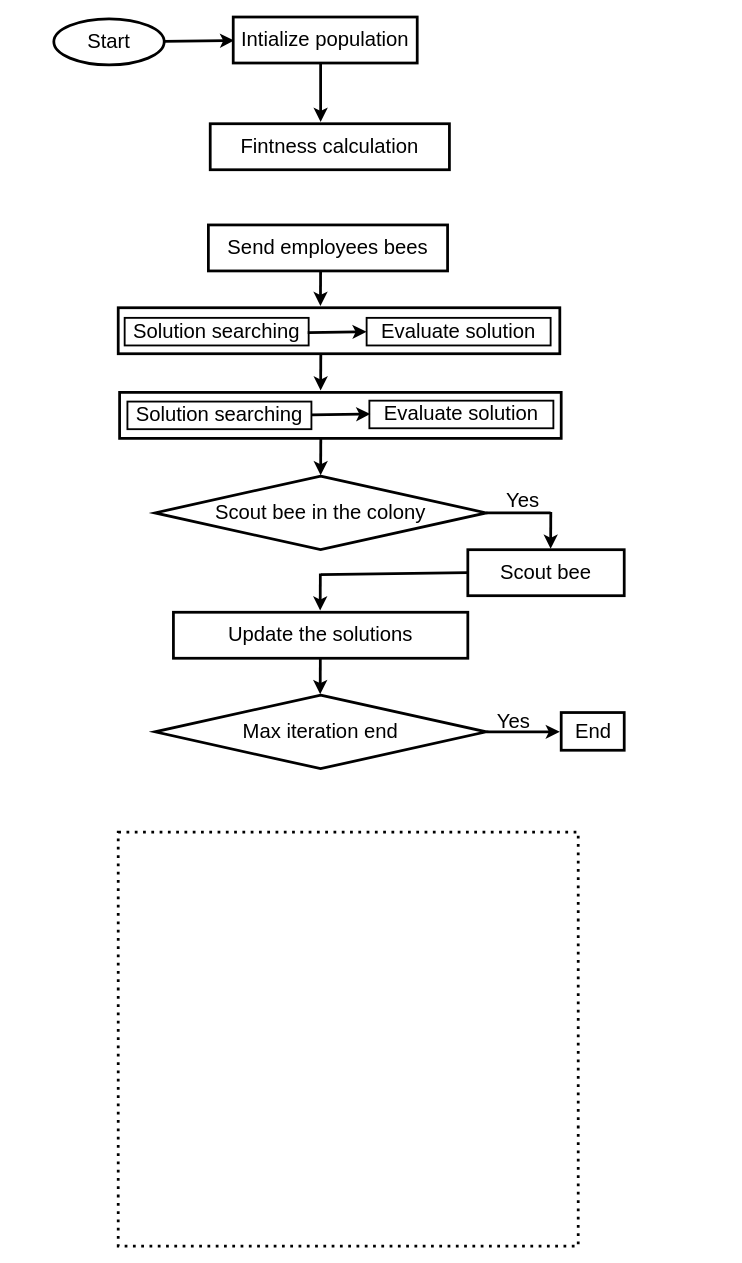
The draw.io diagram ABC.drawio in Faisalse/ResearchWork, before the edit. Source tidied: cells renumbered, new cells numbered last; positions are measured from the earlier drawing's top-left corner, leaving out a move shared by most shapes. Both pictures are drawn from the tidied source at 92%, with x=0, y=0 at pixel (53, 17).
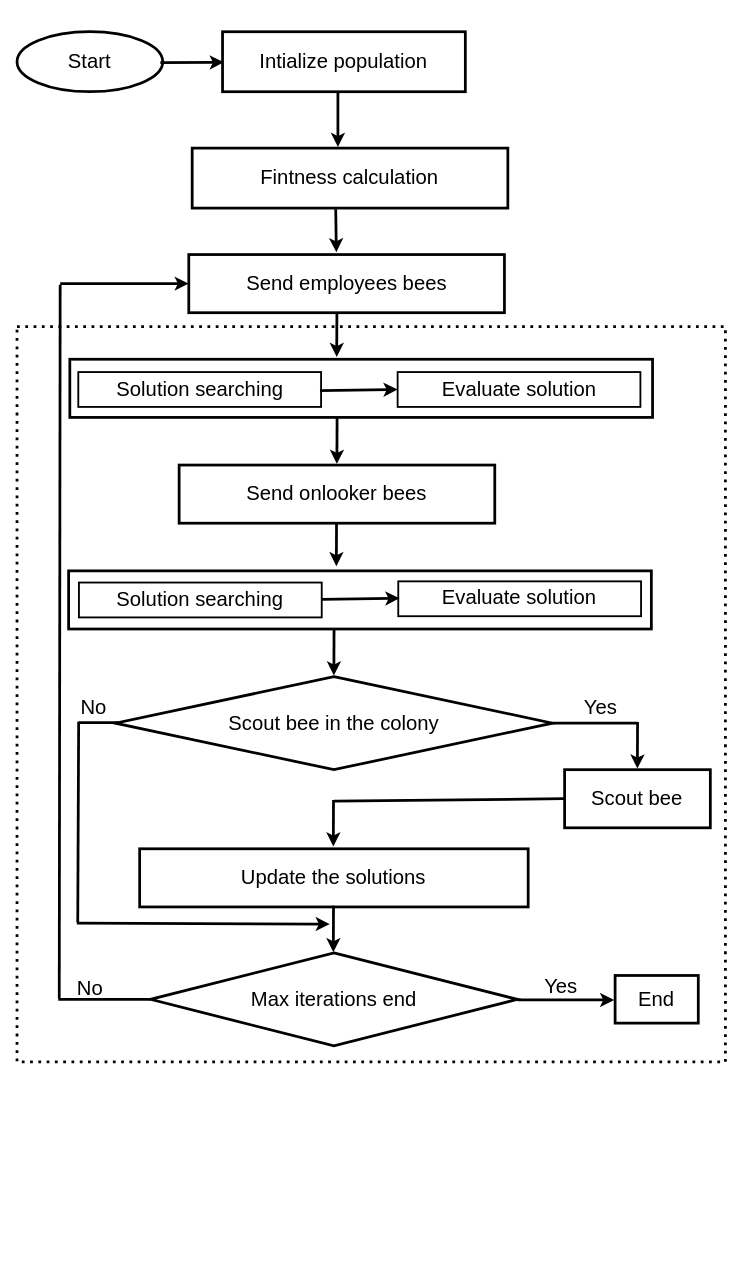
The same page after the edit.

Change to the diagram source:
```diff
@@
-    <mxCell id="2" style="endArrow=classic;html=1;strokeWidth=3;entryX=0.458;entryY=0;entryDx=0;entryDy=0;entryPerimeter=0;" parent="1" edge="1">
-      <mxGeometry x="147" y="278" as="geometry">
-        <mxPoint x="290" y="274" as="sourcePoint" />
-        <mxPoint x="289.8" y="314" as="targetPoint" />
-      </mxGeometry>
-    </mxCell>
+    <mxCell id="33" style="group;" parent="1" vertex="1">
+      <mxGeometry x="-40" y="16" width="770" height="1140" as="geometry" />
+    </mxCell>
+    <mxCell id="8" style="rounded=0;whiteSpace=wrap;html=1;fontSize=22;fillColor=none;strokeWidth=3;dashed=1;dashPattern=1 2;" parent="33" vertex="1">
+      <mxGeometry y="320.6" width="770" height="799.2" as="geometry" />
+    </mxCell>
-    <mxCell id="3" value="&lt;font style=&quot;font-size: 22px&quot;&gt;Start&lt;/font&gt;" style="ellipse;whiteSpace=wrap;html=1;strokeWidth=3;" parent="1" vertex="1">
-      <mxGeometry y="2" width="120" height="50" as="geometry" />
+    <mxCell id="3" value="&lt;font style=&quot;font-size: 22px&quot;&gt;Start&lt;/font&gt;" style="ellipse;whiteSpace=wrap;html=1;strokeWidth=3;" parent="33" vertex="1">
+      <mxGeometry width="158.4" height="65.2" as="geometry" />
     </mxCell>
-    <mxCell id="4" value="Intialize population" style="rounded=0;whiteSpace=wrap;html=1;fontSize=22;strokeWidth=3;" parent="1" vertex="1">
-      <mxGeometry x="195" width="200" height="50" as="geometry" />
+    <mxCell id="4" value="Intialize population" style="rounded=0;whiteSpace=wrap;html=1;fontSize=22;strokeWidth=3;" parent="33" vertex="1">
+      <mxGeometry x="223.4" width="263.9" height="65.2" as="geometry" />
     </mxCell>
-    <mxCell id="5" style="endArrow=classic;html=1;exitX=1;exitY=0.5;exitDx=0;exitDy=0;strokeWidth=3;" parent="1" edge="1">
-      <mxGeometry relative="1" as="geometry">
-        <mxPoint x="119" y="26.5" as="sourcePoint" />
-        <mxPoint x="196" y="25.5" as="targetPoint" />
+    <mxCell id="5" style="endArrow=classic;html=1;exitX=1;exitY=0.5;exitDx=0;exitDy=0;strokeWidth=3;" parent="33" edge="1">
+      <mxGeometry x="-33.9" as="geometry">
+        <mxPoint x="155.8" y="33.6" as="sourcePoint" />
+        <mxPoint x="224.8" y="33.3" as="targetPoint" />
       </mxGeometry>
     </mxCell>
+    <mxCell id="34" style="endArrow=none;html=1;strokeWidth=3;fontSize=22;entryX=0;entryY=0.5;entryDx=0;entryDy=0;" parent="33" edge="1" target="28">
+      <mxGeometry x="-34" y="-24.5" as="geometry">
+        <mxPoint x="44.8" y="1051.9" as="sourcePoint" />
+      </mxGeometry>
+    </mxCell>
-    <mxCell id="6" style="endArrow=classic;html=1;exitX=1;exitY=0.5;exitDx=0;exitDy=0;strokeWidth=3;" parent="1" edge="1">
-      <mxGeometry relative="1" as="geometry">
-        <mxPoint x="290" y="49.5" as="sourcePoint" />
-        <mxPoint x="290" y="114" as="targetPoint" />
+    <mxCell id="6" style="endArrow=classic;html=1;strokeWidth=3;" parent="33" edge="1">
+      <mxGeometry x="57.2" y="74.3" as="geometry">
+        <mxPoint x="348.8" y="65.2" as="sourcePoint" />
+        <mxPoint x="348.8" y="125.2" as="targetPoint" />
       </mxGeometry>
     </mxCell>
-    <mxCell id="7" value="Fintness calculation" style="rounded=0;whiteSpace=wrap;html=1;fontSize=22;strokeWidth=3;" parent="1" vertex="1">
-      <mxGeometry x="170" y="116" width="260" height="50" as="geometry" />
+    <mxCell id="7" value="Fintness calculation" style="rounded=0;whiteSpace=wrap;html=1;fontSize=22;strokeWidth=3;" parent="33" vertex="1">
+      <mxGeometry x="190.4" y="126.5" width="343.1" height="65.2" as="geometry" />
     </mxCell>
-    <mxCell id="8" style="rounded=0;whiteSpace=wrap;html=1;fontSize=22;fillColor=none;strokeWidth=3;dashed=1;dashPattern=1 2;" parent="1" vertex="1">
-      <mxGeometry x="70" y="886" width="500" height="450" as="geometry" />
-    </mxCell>
+    <mxCell id="2" style="endArrow=classic;html=1;strokeWidth=3;entryX=0.458;entryY=0;entryDx=0;entryDy=0;entryPerimeter=0;" parent="33" edge="1">
+      <mxGeometry x="66.6" y="302.9" as="geometry">
+        <mxPoint x="347.7" y="302.9" as="sourcePoint" />
+        <mxPoint x="347.5" y="353.5" as="targetPoint" />
+      </mxGeometry>
+    </mxCell>
-    <mxCell id="9" value="Send employees bees" style="rounded=0;whiteSpace=wrap;html=1;fontSize=22;strokeWidth=3;" parent="1" vertex="1">
-      <mxGeometry x="168" y="226" width="260" height="50" as="geometry" />
+    <mxCell id="9" value="Send employees bees" style="rounded=0;whiteSpace=wrap;html=1;fontSize=22;strokeWidth=3;" parent="33" vertex="1">
+      <mxGeometry x="186.7" y="242.2" width="343.1" height="63.2" as="geometry" />
     </mxCell>
-    <mxCell id="10" style="rounded=0;whiteSpace=wrap;html=1;fontSize=22;strokeWidth=3;" parent="1" vertex="1">
-      <mxGeometry x="70" y="316" width="480" height="50" as="geometry" />
+    <mxCell id="10" style="rounded=0;whiteSpace=wrap;html=1;fontSize=22;strokeWidth=3;" parent="33" vertex="1">
+      <mxGeometry x="57.4" y="356" width="633.4" height="63.2" as="geometry" />
     </mxCell>
-    <mxCell id="11" style="endArrow=classic;html=1;strokeWidth=3;entryX=0;entryY=0.5;entryDx=0;entryDy=0;entryPerimeter=0;" parent="1" edge="1" target="13">
-      <mxGeometry relative="1" as="geometry">
-        <mxPoint x="276" y="343" as="sourcePoint" />
+    <mxCell id="11" style="endArrow=classic;html=1;strokeWidth=3;entryX=0;entryY=0.5;entryDx=0;entryDy=0;entryPerimeter=0;" parent="33" edge="1" target="13">
+      <mxGeometry x="56.1" y="191.7" as="geometry">
+        <mxPoint x="329.3" y="390.1" as="sourcePoint" />
       </mxGeometry>
     </mxCell>
-    <mxCell id="12" value="Solution searching" style="rounded=0;whiteSpace=wrap;html=1;strokeWidth=2;fillColor=none;fontSize=22;" parent="1" vertex="1">
-      <mxGeometry x="77" y="327" width="200" height="30" as="geometry" />
+    <mxCell id="12" value="Solution searching" style="rounded=0;whiteSpace=wrap;html=1;strokeWidth=2;fillColor=none;fontSize=22;" parent="33" vertex="1">
+      <mxGeometry x="66.6" y="369.9" width="263.9" height="37.9" as="geometry" />
     </mxCell>
-    <mxCell id="13" value="Evaluate solution" style="rounded=0;whiteSpace=wrap;html=1;strokeWidth=2;fillColor=none;fontSize=22;" parent="1" vertex="1">
-      <mxGeometry x="340" y="327" width="200" height="30" as="geometry" />
+    <mxCell id="13" value="Evaluate solution" style="rounded=0;whiteSpace=wrap;html=1;strokeWidth=2;fillColor=none;fontSize=22;" parent="33" vertex="1">
+      <mxGeometry x="413.7" y="369.9" width="263.9" height="37.9" as="geometry" />
     </mxCell>
-    <mxCell id="14" style="endArrow=classic;html=1;strokeWidth=3;entryX=0.458;entryY=0;entryDx=0;entryDy=0;entryPerimeter=0;" parent="1" edge="1">
-      <mxGeometry x="147.2" y="370" as="geometry">
-        <mxPoint x="290.2" y="366" as="sourcePoint" />
-        <mxPoint x="290" y="406" as="targetPoint" />
+    <mxCell id="14" style="endArrow=classic;html=1;strokeWidth=3;entryX=0.458;entryY=0;entryDx=0;entryDy=0;entryPerimeter=0;" parent="33" edge="1">
+      <mxGeometry x="66.9" y="419.2" as="geometry">
+        <mxPoint x="347.9" y="419.2" as="sourcePoint" />
+        <mxPoint x="347.7" y="469.7" as="targetPoint" />
       </mxGeometry>
     </mxCell>
+    <mxCell id="35" value="Send onlooker bees" style="rounded=0;whiteSpace=wrap;html=1;fontSize=22;strokeWidth=3;" parent="33" vertex="1">
+      <mxGeometry x="176.2" y="471" width="343.1" height="63.2" as="geometry" />
+    </mxCell>
+    <mxCell id="36" style="endArrow=classic;html=1;strokeWidth=3;entryX=0.458;entryY=0;entryDx=0;entryDy=0;entryPerimeter=0;" parent="33" edge="1">
+      <mxGeometry x="66.2" y="530.4" as="geometry">
+        <mxPoint x="347.3" y="532.9" as="sourcePoint" />
+        <mxPoint x="347.1" y="581" as="targetPoint" />
+      </mxGeometry>
+    </mxCell>
+    <mxCell id="37" style="endArrow=classic;html=1;strokeWidth=3;entryX=0.458;entryY=0;entryDx=0;entryDy=0;entryPerimeter=0;" parent="33" edge="1">
+      <mxGeometry x="66.2" y="192.9" as="geometry">
+        <mxPoint x="346.4" y="192.9" as="sourcePoint" />
+        <mxPoint x="347.1" y="239.7" as="targetPoint" />
+      </mxGeometry>
+    </mxCell>
+    <mxCell id="38" style="endArrow=classic;html=1;strokeWidth=3;fontSize=22;entryX=0;entryY=0.5;entryDx=0;entryDy=0;" parent="33" edge="1" target="9">
+      <mxGeometry x="56.1" y="191.7" as="geometry">
+        <mxPoint x="46.9" y="273.8" as="sourcePoint" />
+      </mxGeometry>
+    </mxCell>
-    <mxCell id="15" style="rounded=0;whiteSpace=wrap;html=1;fontSize=22;strokeWidth=3;" parent="1" vertex="1">
-      <mxGeometry x="71.5" y="408" width="480" height="50" as="geometry" />
+    <mxCell id="15" style="rounded=0;whiteSpace=wrap;html=1;fontSize=22;strokeWidth=3;" parent="33" vertex="1">
+      <mxGeometry x="56.1" y="586" width="633.4" height="63.2" as="geometry" />
     </mxCell>
-    <mxCell id="16" value="Solution searching" style="rounded=0;whiteSpace=wrap;html=1;strokeWidth=2;fillColor=none;fontSize=22;" parent="1" vertex="1">
-      <mxGeometry x="80" y="418" width="200" height="30" as="geometry" />
+    <mxCell id="16" value="Solution searching" style="rounded=0;whiteSpace=wrap;html=1;strokeWidth=2;fillColor=none;fontSize=22;" parent="33" vertex="1">
+      <mxGeometry x="67.3" y="598.7" width="263.9" height="37.9" as="geometry" />
     </mxCell>
-    <mxCell id="17" value="Evaluate solution" style="rounded=0;whiteSpace=wrap;html=1;strokeWidth=2;fillColor=none;fontSize=22;" parent="1" vertex="1">
-      <mxGeometry x="343" y="417" width="200" height="30" as="geometry" />
+    <mxCell id="17" value="Evaluate solution" style="rounded=0;whiteSpace=wrap;html=1;strokeWidth=2;fillColor=none;fontSize=22;" parent="33" vertex="1">
+      <mxGeometry x="414.4" y="597.4" width="263.9" height="37.9" as="geometry" />
     </mxCell>
-    <mxCell id="18" style="endArrow=classic;html=1;strokeWidth=3;entryX=0;entryY=0.5;entryDx=0;entryDy=0;entryPerimeter=0;" parent="1" edge="1">
-      <mxGeometry x="141.5" y="422" as="geometry">
-        <mxPoint x="280" y="432.5" as="sourcePoint" />
-        <mxPoint x="344" y="431.5" as="targetPoint" />
+    <mxCell id="18" style="endArrow=classic;html=1;strokeWidth=3;entryX=0;entryY=0.5;entryDx=0;entryDy=0;entryPerimeter=0;" parent="33" edge="1">
+      <mxGeometry x="56.1" y="598.7" as="geometry">
+        <mxPoint x="331.2" y="617" as="sourcePoint" />
+        <mxPoint x="415.7" y="615.7" as="targetPoint" />
       </mxGeometry>
     </mxCell>
-    <mxCell id="19" value="Scout bee in the colony" style="rhombus;whiteSpace=wrap;html=1;strokeWidth=3;fillColor=none;fontSize=22;" parent="1" vertex="1">
-      <mxGeometry x="110" y="499" width="360" height="80" as="geometry" />
+    <mxCell id="19" value="Scout bee in the colony" style="rhombus;whiteSpace=wrap;html=1;strokeWidth=3;fillColor=none;fontSize=22;" parent="33" vertex="1">
+      <mxGeometry x="106.9" y="701" width="475.1" height="101.1" as="geometry" />
     </mxCell>
-    <mxCell id="20" style="endArrow=classic;html=1;strokeWidth=3;entryX=0.458;entryY=0;entryDx=0;entryDy=0;entryPerimeter=0;" parent="1" edge="1">
-      <mxGeometry x="147.2" y="462" as="geometry">
-        <mxPoint x="290.2" y="458" as="sourcePoint" />
-        <mxPoint x="290" y="498" as="targetPoint" />
+    <mxCell id="20" style="endArrow=classic;html=1;strokeWidth=3;entryX=0.458;entryY=0;entryDx=0;entryDy=0;entryPerimeter=0;" parent="33" edge="1">
+      <mxGeometry x="63.6" y="649.2" as="geometry">
+        <mxPoint x="344.6" y="649.2" as="sourcePoint" />
+        <mxPoint x="344.4" y="699.8" as="targetPoint" />
       </mxGeometry>
     </mxCell>
-    <mxCell id="21" value="Yes" style="text;html=1;strokeColor=none;fillColor=none;align=center;verticalAlign=middle;whiteSpace=wrap;rounded=0;fontSize=22;" parent="1" vertex="1">
-      <mxGeometry x="490" y="516" width="40" height="20" as="geometry" />
+    <mxCell id="21" value="Yes" style="text;html=1;strokeColor=none;fillColor=none;align=center;verticalAlign=middle;whiteSpace=wrap;rounded=0;fontSize=22;" parent="33" vertex="1">
+      <mxGeometry x="608.4" y="722.5" width="52.8" height="25.3" as="geometry" />
     </mxCell>
-    <mxCell id="22" style="endArrow=none;html=1;strokeWidth=3;fontSize=22;entryX=1;entryY=0.5;entryDx=0;entryDy=0;" parent="1" edge="1" target="19">
-      <mxGeometry relative="1" as="geometry">
-        <mxPoint x="540" y="539" as="sourcePoint" />
+    <mxCell id="22" style="endArrow=none;html=1;strokeWidth=3;fontSize=22;entryX=1;entryY=0.5;entryDx=0;entryDy=0;" parent="33" edge="1" target="19">
+      <mxGeometry x="56.1" y="586" as="geometry">
+        <mxPoint x="674.3" y="751.6" as="sourcePoint" />
       </mxGeometry>
     </mxCell>
-    <mxCell id="23" value="Update the solutions" style="rounded=0;whiteSpace=wrap;html=1;fontSize=22;strokeWidth=3;" parent="1" vertex="1">
-      <mxGeometry x="130" y="647" width="320" height="50" as="geometry" />
+    <mxCell id="23" value="Update the solutions" style="rounded=0;whiteSpace=wrap;html=1;fontSize=22;strokeWidth=3;" parent="33" vertex="1">
+      <mxGeometry x="133.3" y="888.1" width="422.3" height="63.2" as="geometry" />
     </mxCell>
-    <mxCell id="24" value="Scout bee" style="rounded=0;whiteSpace=wrap;html=1;fontSize=22;strokeWidth=3;" parent="1" vertex="1">
-      <mxGeometry x="450" y="579" width="170" height="50" as="geometry" />
+    <mxCell id="24" value="Scout bee" style="rounded=0;whiteSpace=wrap;html=1;fontSize=22;strokeWidth=3;" parent="33" vertex="1">
+      <mxGeometry x="595.2" y="802.1" width="158.4" height="63.2" as="geometry" />
     </mxCell>
-    <mxCell id="25" style="endArrow=classic;html=1;strokeWidth=3;entryX=0.458;entryY=0;entryDx=0;entryDy=0;entryPerimeter=0;" parent="1" edge="1">
-      <mxGeometry x="397.2" y="542" as="geometry">
-        <mxPoint x="540.2" y="538" as="sourcePoint" />
-        <mxPoint x="540" y="578" as="targetPoint" />
+    <mxCell id="25" style="endArrow=classic;html=1;strokeWidth=3;entryX=0.458;entryY=0;entryDx=0;entryDy=0;entryPerimeter=0;" parent="33" edge="1">
+      <mxGeometry x="393.5" y="750.3" as="geometry">
+        <mxPoint x="674.5" y="750.3" as="sourcePoint" />
+        <mxPoint x="674.3" y="800.9" as="targetPoint" />
       </mxGeometry>
     </mxCell>
-    <mxCell id="26" style="endArrow=none;html=1;strokeWidth=3;fontSize=22;entryX=0;entryY=0.5;entryDx=0;entryDy=0;" parent="1" edge="1" target="24">
-      <mxGeometry relative="1" as="geometry">
-        <mxPoint x="290" y="606" as="sourcePoint" />
+    <mxCell id="26" style="endArrow=none;html=1;strokeWidth=3;fontSize=22;entryX=0;entryY=0.5;entryDx=0;entryDy=0;" parent="33" edge="1" target="24">
+      <mxGeometry x="56.1" y="586" as="geometry">
+        <mxPoint x="344.4" y="836.3" as="sourcePoint" />
       </mxGeometry>
     </mxCell>
-    <mxCell id="27" style="endArrow=classic;html=1;strokeWidth=3;entryX=0.458;entryY=0;entryDx=0;entryDy=0;entryPerimeter=0;" parent="1" edge="1">
-      <mxGeometry x="146.7" y="609" as="geometry">
-        <mxPoint x="289.7" y="605" as="sourcePoint" />
-        <mxPoint x="289.5" y="645" as="targetPoint" />
+    <mxCell id="27" style="endArrow=classic;html=1;strokeWidth=3;entryX=0.458;entryY=0;entryDx=0;entryDy=0;entryPerimeter=0;" parent="33" edge="1">
+      <mxGeometry x="62.9" y="835" as="geometry">
+        <mxPoint x="344" y="835" as="sourcePoint" />
+        <mxPoint x="343.8" y="885.6" as="targetPoint" />
       </mxGeometry>
     </mxCell>
-    <mxCell id="28" value="Max iteration end" style="rhombus;whiteSpace=wrap;html=1;strokeWidth=3;fillColor=none;fontSize=22;" parent="1" vertex="1">
-      <mxGeometry x="110" y="737" width="360" height="80" as="geometry" />
+    <mxCell id="28" value="Max iterations end" style="rhombus;whiteSpace=wrap;html=1;strokeWidth=3;fillColor=none;fontSize=22;" parent="33" vertex="1">
+      <mxGeometry x="145.1" y="1001.2" width="398.7" height="101.1" as="geometry" />
     </mxCell>
-    <mxCell id="29" style="endArrow=classic;html=1;strokeWidth=3;entryX=0.458;entryY=0;entryDx=0;entryDy=0;entryPerimeter=0;" parent="1" edge="1">
-      <mxGeometry x="146.7" y="700" as="geometry">
-        <mxPoint x="289.7" y="696" as="sourcePoint" />
-        <mxPoint x="289.5" y="736" as="targetPoint" />
+    <mxCell id="29" style="endArrow=classic;html=1;strokeWidth=3;entryX=0.458;entryY=0;entryDx=0;entryDy=0;entryPerimeter=0;" parent="33" edge="1">
+      <mxGeometry x="62.9" y="950" as="geometry">
+        <mxPoint x="344" y="950" as="sourcePoint" />
+        <mxPoint x="343.8" y="1000.6" as="targetPoint" />
       </mxGeometry>
     </mxCell>
-    <mxCell id="30" style="endArrow=classic;html=1;strokeWidth=3;" parent="1" edge="1">
-      <mxGeometry x="327.2" y="781" as="geometry">
-        <mxPoint x="470.2" y="777" as="sourcePoint" />
-        <mxPoint x="550" y="777" as="targetPoint" />
+    <mxCell id="30" style="endArrow=classic;html=1;strokeWidth=3;" parent="33" edge="1">
+      <mxGeometry x="262.7" y="1052.4" as="geometry">
+        <mxPoint x="543.8" y="1052.4" as="sourcePoint" />
+        <mxPoint x="649.1" y="1052.4" as="targetPoint" />
       </mxGeometry>
     </mxCell>
-    <mxCell id="31" value="Yes" style="text;html=1;strokeColor=none;fillColor=none;align=center;verticalAlign=middle;whiteSpace=wrap;rounded=0;fontSize=22;" parent="1" vertex="1">
-      <mxGeometry x="480" y="756" width="40" height="20" as="geometry" />
+    <mxCell id="31" value="Yes" style="text;html=1;strokeColor=none;fillColor=none;align=center;verticalAlign=middle;whiteSpace=wrap;rounded=0;fontSize=22;" parent="33" vertex="1">
+      <mxGeometry x="565.3" y="1025.8" width="52.8" height="25.3" as="geometry" />
     </mxCell>
-    <mxCell id="32" value="End" style="rounded=0;whiteSpace=wrap;html=1;strokeWidth=3;fillColor=none;fontSize=22;" parent="1" vertex="1">
-      <mxGeometry x="551.5" y="756" width="68.5" height="41" as="geometry" />
+    <mxCell id="32" value="End" style="rounded=0;whiteSpace=wrap;html=1;strokeWidth=3;fillColor=none;fontSize=22;" parent="33" vertex="1">
+      <mxGeometry x="650.1" y="1025.8" width="90.4" height="51.8" as="geometry" />
     </mxCell>
+    <mxCell id="39" value="No" style="text;html=1;strokeColor=none;fillColor=none;align=center;verticalAlign=middle;whiteSpace=wrap;rounded=0;fontSize=22;" parent="33" vertex="1">
+      <mxGeometry x="52.8" y="1027.1" width="52.8" height="25.3" as="geometry" />
+    </mxCell>
+    <mxCell id="40" style="endArrow=none;html=1;strokeWidth=3;fontSize=22;" parent="33" edge="1">
+      <mxGeometry x="56.1" y="586" as="geometry">
+        <mxPoint x="45.9" y="1050.9" as="sourcePoint" />
+        <mxPoint x="46.9" y="275.1" as="targetPoint" />
+      </mxGeometry>
+    </mxCell>
+    <mxCell id="41" style="endArrow=none;html=1;strokeWidth=3;fontSize=22;" parent="33" edge="1">
+      <mxGeometry x="-251" y="483.6" as="geometry">
+        <mxPoint x="67" y="751" as="sourcePoint" />
+        <mxPoint x="110" y="751" as="targetPoint" />
+      </mxGeometry>
+    </mxCell>
+    <mxCell id="42" style="endArrow=none;html=1;strokeWidth=3;fontSize=22;" parent="33" edge="1">
+      <mxGeometry x="-252" y="473.6" as="geometry">
+        <mxPoint x="67" y="750" as="sourcePoint" />
+        <mxPoint x="66" y="968" as="targetPoint" />
+      </mxGeometry>
+    </mxCell>
+    <mxCell id="43" value="No" style="text;html=1;strokeColor=none;fillColor=none;align=center;verticalAlign=middle;whiteSpace=wrap;rounded=0;fontSize=22;" parent="33" vertex="1">
+      <mxGeometry x="57.4" y="722.5" width="52.8" height="25.3" as="geometry" />
+    </mxCell>
+    <mxCell id="44" style="endArrow=classic;html=1;strokeWidth=3;fontSize=22;" parent="1" edge="1">
+      <mxGeometry relative="1" as="geometry">
+        <mxPoint x="25" y="985" as="sourcePoint" />
+        <mxPoint x="300" y="986" as="targetPoint" />
+      </mxGeometry>
+    </mxCell>
```
